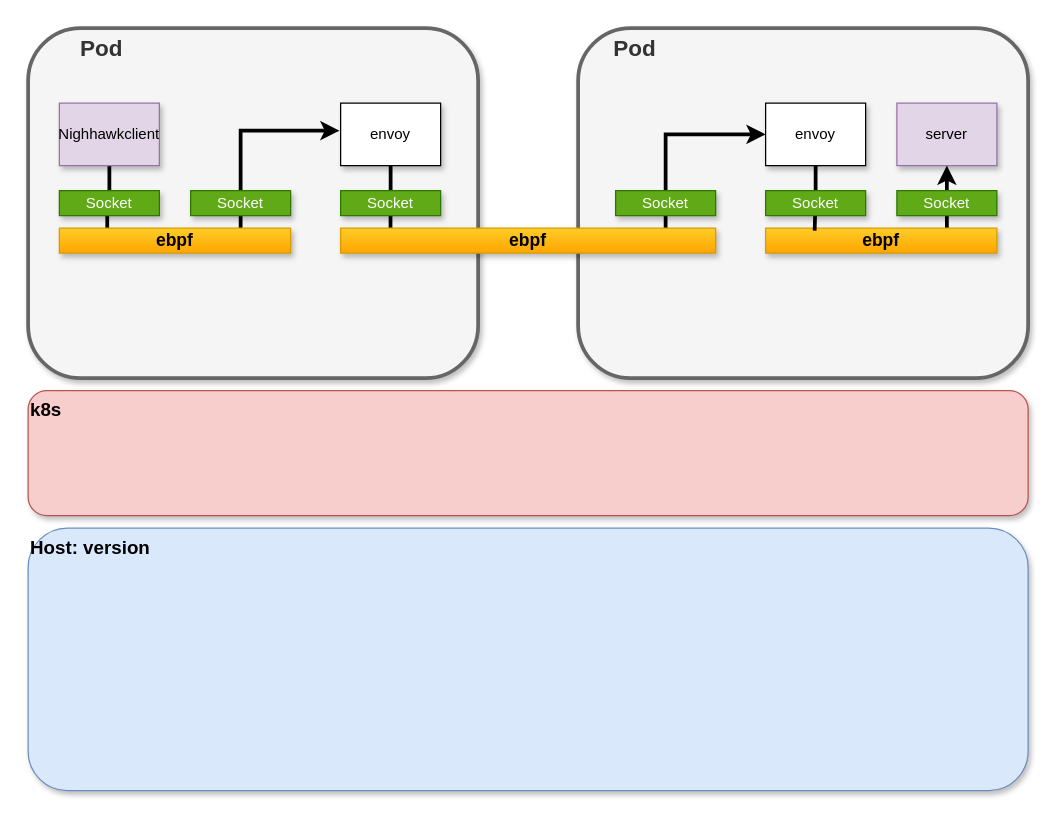
Above: ebpf_accelerate_istio/dataflow_for_nighthawk.drawio in xu1zhou/Documents (draw.io), before the change. Source tidied: cells renumbered, new cells numbered last; positions are measured from the earlier drawing's top-left corner, leaving out a move shared by most shapes. Both pictures are drawn from the tidied source at 125%, with x=0, y=0 at pixel (28, 28).
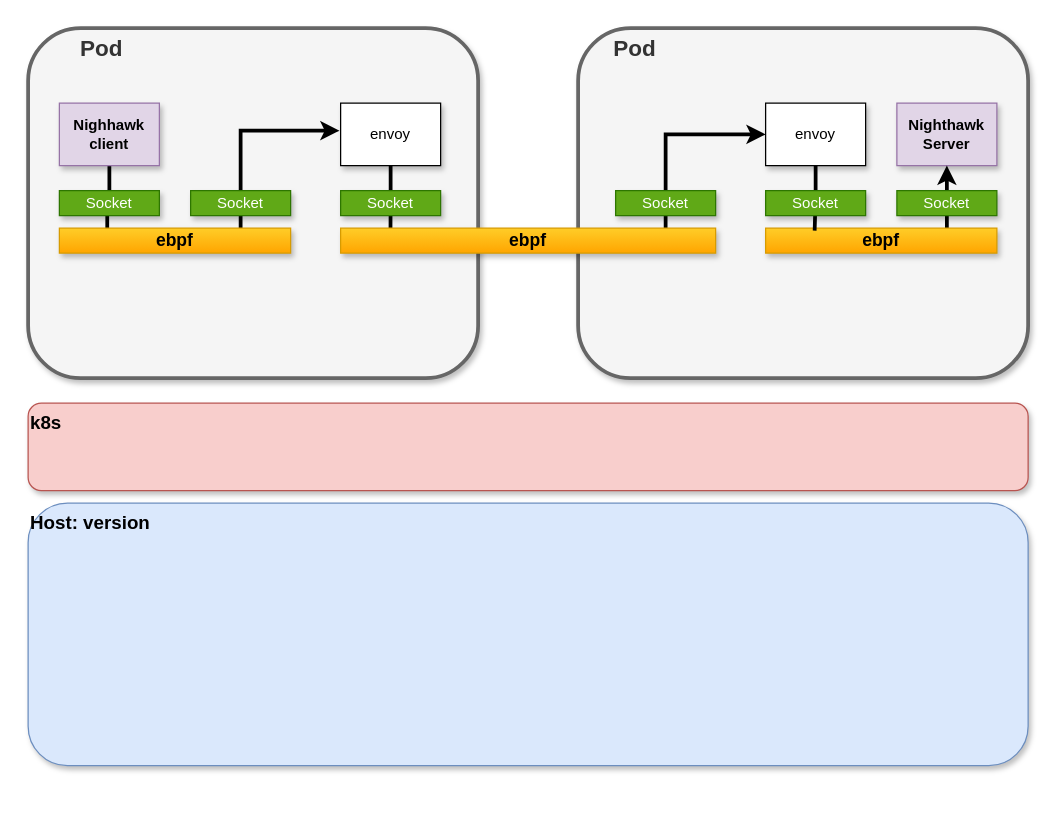
Above is the later version.

What changed in the source:
```diff
@@
     <mxCell id="2" value="&lt;span style=&quot;font-size: 15px&quot;&gt;&lt;b&gt;k8s&lt;/b&gt;&lt;/span&gt;" style="rounded=1;whiteSpace=wrap;html=1;shadow=1;align=left;fillColor=#f8cecc;strokeColor=#b85450;verticalAlign=top;" parent="1" vertex="1">
-      <mxGeometry y="290" width="800" height="100" as="geometry" />
+      <mxGeometry y="300" width="800" height="70" as="geometry" />
     </mxCell>
@@
-    <mxCell id="5" value="Nighhawkclient" style="rounded=0;whiteSpace=wrap;html=1;fillColor=#e1d5e7;strokeColor=#9673a6;shadow=1;" parent="1" vertex="1">
+    <mxCell id="5" value="&lt;b&gt;Nighhawk&lt;br&gt;client&lt;/b&gt;" style="rounded=0;whiteSpace=wrap;html=1;fillColor=#e1d5e7;strokeColor=#9673a6;shadow=1;" parent="1" vertex="1">
       <mxGeometry x="25" y="60" width="80" height="50" as="geometry" />
     </mxCell>
@@
-    <mxCell id="14" value="server" style="rounded=0;whiteSpace=wrap;html=1;fillColor=#e1d5e7;strokeColor=#9673a6;shadow=1;" parent="1" vertex="1">
+    <mxCell id="14" value="&lt;b&gt;Nighthawk&lt;br&gt;Server&lt;/b&gt;" style="rounded=0;whiteSpace=wrap;html=1;fillColor=#e1d5e7;strokeColor=#9673a6;shadow=1;" parent="1" vertex="1">
       <mxGeometry x="695" y="60" width="80" height="50" as="geometry" />
     </mxCell>
@@
     <mxCell id="24" value="&lt;span style=&quot;font-size: 15px&quot;&gt;&lt;b&gt;Host: version&lt;/b&gt;&lt;/span&gt;" style="rounded=1;whiteSpace=wrap;html=1;shadow=1;align=left;fillColor=#dae8fc;strokeColor=#6c8ebf;verticalAlign=top;" parent="1" vertex="1">
-      <mxGeometry y="400" width="800" height="210" as="geometry" />
+      <mxGeometry y="380" width="800" height="210" as="geometry" />
     </mxCell>
```
